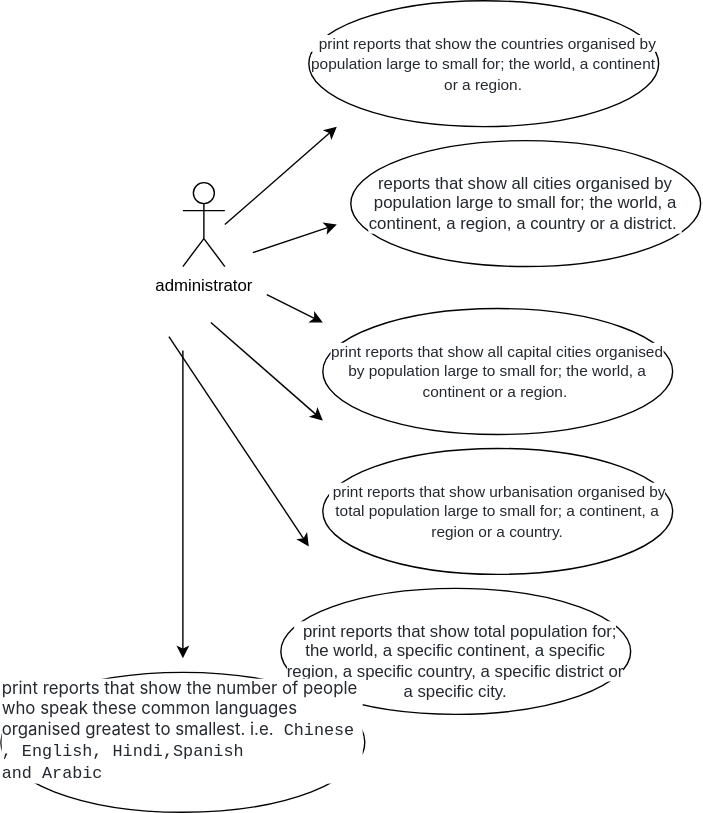
Benbhoy1888/SET08103 keeps this draw.io diagram as Admin/User stories and case diagram/use case diagram.svg. Above is the earlier version. Source tidied: cells renumbered, new cells last; positions are measured from the earlier drawing's top-left corner, leaving out a move shared by most shapes.
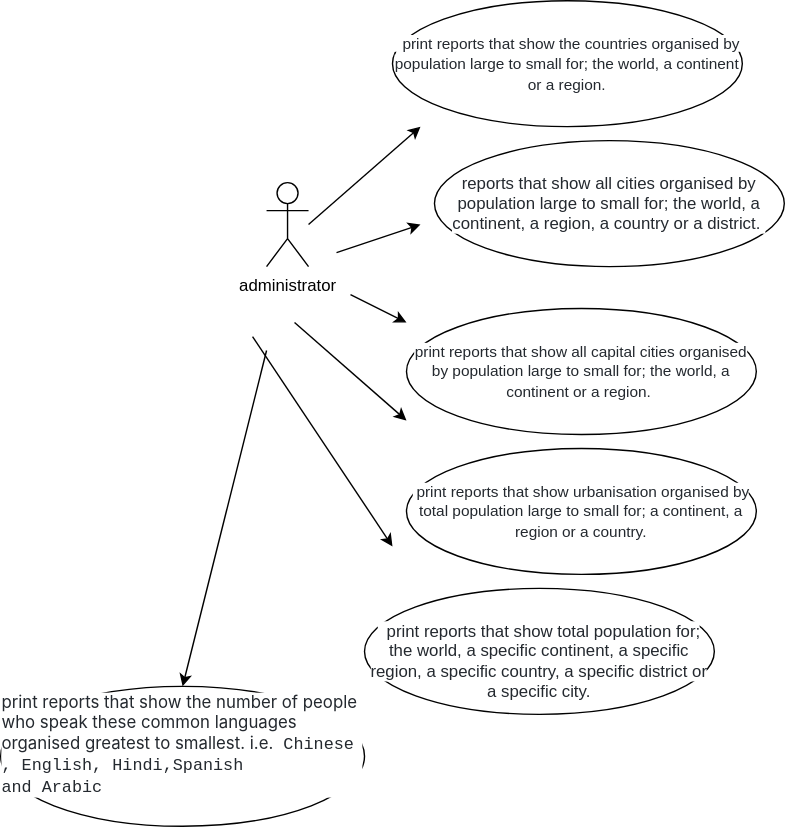
After the change.

Commit message:
Minutes of meeting added

Diff of the diagram source:
```diff
@@ -50,17 +50,13 @@
     <mxCell id="12" value="&lt;span style=&quot;color: rgb(36, 41, 47); font-size: 11px; text-align: start; background-color: rgb(255, 255, 255);&quot;&gt;&amp;nbsp;print reports that show urbanisation organised by total population large to small for; a continent, a region or a country.&lt;/span&gt;" style="ellipse;whiteSpace=wrap;html=1;labelBackgroundColor=none;fontFamily=Helvetica;fontSize=12;" parent="1" vertex="1">
       <mxGeometry x="230" y="320" width="250" height="90" as="geometry" />
     </mxCell>
-    <mxCell id="13" style="endArrow=classic;html=1;rounded=0;" parent="1" edge="1">
+    <mxCell id="13" style="endArrow=classic;html=1;rounded=0;entryX=0.5;entryY=0;entryDx=0;entryDy=0;" parent="1" edge="1" target="14">
       <mxGeometry relative="1" as="geometry">
         <mxPoint x="130" y="250" as="sourcePoint" />
-        <mxPoint x="130" y="470" as="targetPoint" />
-        <Array as="points">
-          <mxPoint x="130" y="360" />
-        </Array>
       </mxGeometry>
     </mxCell>
     <mxCell id="14" value="&lt;div style=&quot;text-align: start;&quot;&gt;&lt;p style=&quot;box-sizing: border-box; margin-top: 0px; margin-bottom: 16px; color: rgb(36, 41, 47); font-family: -apple-system, BlinkMacSystemFont, &amp;quot;Segoe UI&amp;quot;, &amp;quot;Noto Sans&amp;quot;, Helvetica, Arial, sans-serif, &amp;quot;Apple Color Emoji&amp;quot;, &amp;quot;Segoe UI Emoji&amp;quot;; background-color: rgb(255, 255, 255); scroll-behavior: auto !important;&quot; dir=&quot;auto&quot;&gt;print reports that show the number of people who speak these common languages organised greatest to smallest. i.e.&lt;span style=&quot;background-color: transparent; font-family: ui-monospace, SFMono-Regular, &amp;quot;SF Mono&amp;quot;, Menlo, Consolas, &amp;quot;Liberation Mono&amp;quot;, monospace;&quot;&gt;&amp;nbsp;Chinese ,&lt;/span&gt;&lt;span style=&quot;background-color: transparent; font-family: ui-monospace, SFMono-Regular, &amp;quot;SF Mono&amp;quot;, Menlo, Consolas, &amp;quot;Liberation Mono&amp;quot;, monospace;&quot;&gt;&amp;nbsp;English,&amp;nbsp;&lt;/span&gt;&lt;span style=&quot;background-color: transparent; font-family: ui-monospace, SFMono-Regular, &amp;quot;SF Mono&amp;quot;, Menlo, Consolas, &amp;quot;Liberation Mono&amp;quot;, monospace;&quot;&gt;Hindi,&lt;/span&gt;&lt;span style=&quot;background-color: transparent; font-family: ui-monospace, SFMono-Regular, &amp;quot;SF Mono&amp;quot;, Menlo, Consolas, &amp;quot;Liberation Mono&amp;quot;, monospace;&quot;&gt;Spanish and&amp;nbsp;&lt;/span&gt;&lt;span style=&quot;background-color: transparent; font-family: ui-monospace, SFMono-Regular, &amp;quot;SF Mono&amp;quot;, Menlo, Consolas, &amp;quot;Liberation Mono&amp;quot;, monospace;&quot;&gt;Arabic&amp;nbsp;&lt;/span&gt;&lt;/p&gt;&lt;/div&gt;" style="ellipse;whiteSpace=wrap;html=1;labelBackgroundColor=none;fontFamily=Helvetica;fontSize=12;" parent="1" vertex="1">
-      <mxGeometry y="480" width="260" height="100" as="geometry" />
+      <mxGeometry x="-60" y="490" width="260" height="100" as="geometry" />
     </mxCell>
   </root>
 </mxGraphModel>
```
